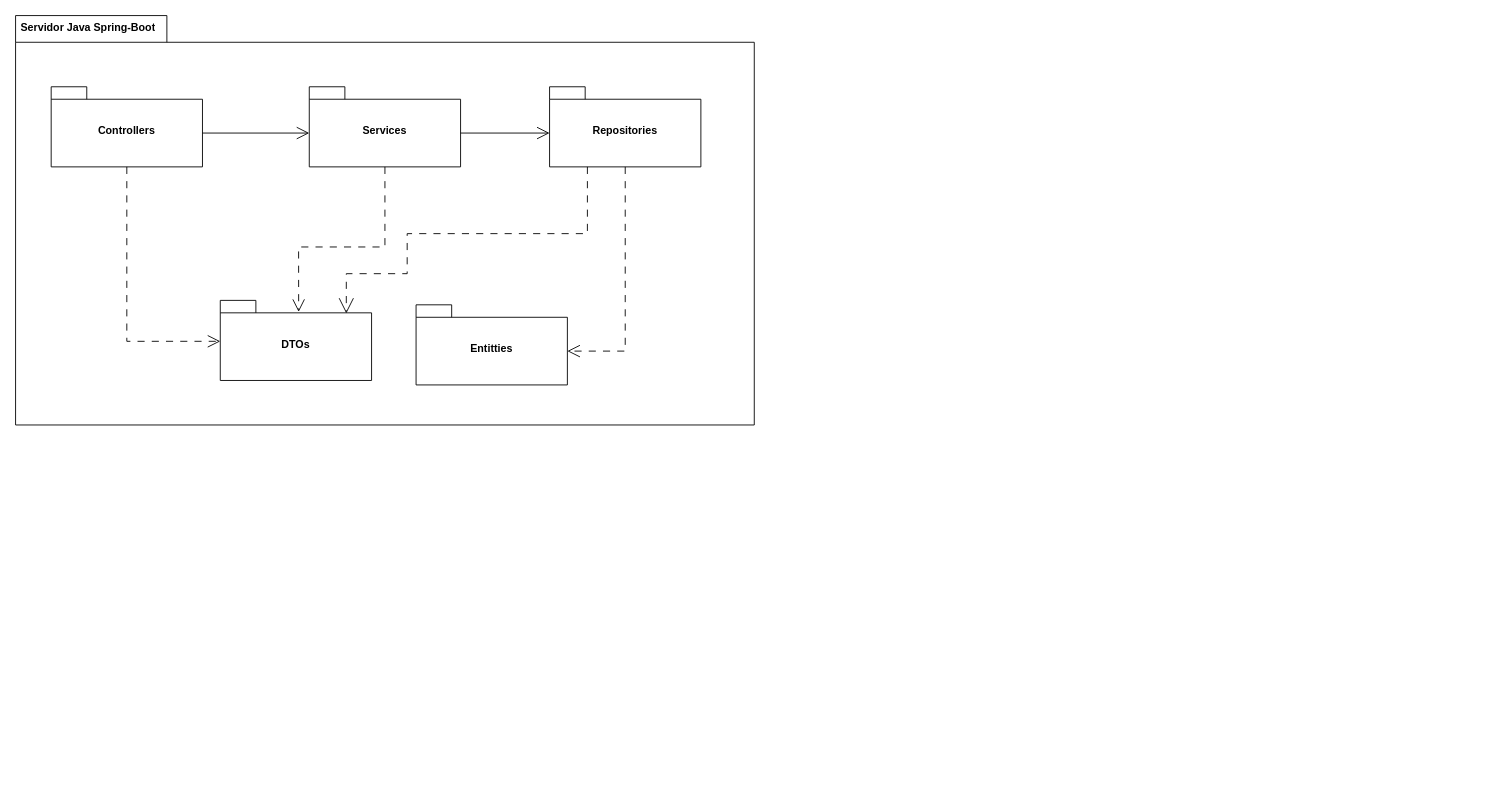
Jajr16/DocumentacionTT keeps this draw.io diagram as Clases/Diagrama componentes.drawio. Above is the earlier version. Source tidied: cells renumbered, new cells numbered last; positions are measured from the earlier drawing's top-left corner, leaving out a move shared by most shapes. Both pictures are drawn from the tidied source at 89%, with x=0, y=0 at pixel (15, 15).
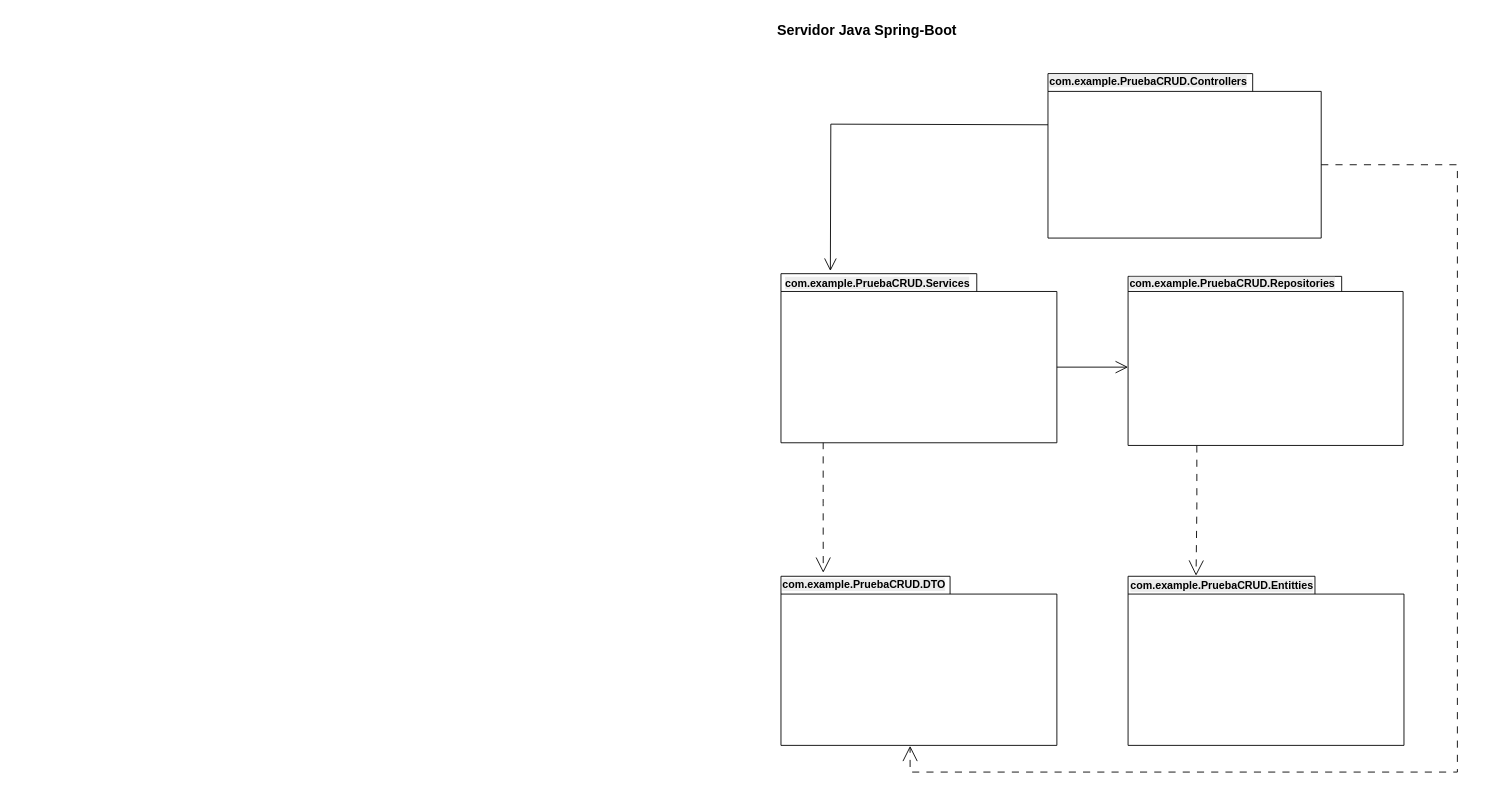
The same page after the edit.

Diff of the diagram source:
```diff
@@
-    <mxCell id="2" style="group;" parent="1" vertex="1">
-      <mxGeometry width="830" height="740" as="geometry" />
-    </mxCell>
-    <mxCell id="3" style="shape=folder;fontStyle=1;tabWidth=170;tabHeight=30;tabPosition=left;html=1;boundedLbl=1;whiteSpace=wrap;" parent="2" vertex="1">
-      <mxGeometry width="830" height="460" as="geometry" />
-    </mxCell>
-    <mxCell id="4" value="&lt;span style=&quot;font-weight: 700; text-align: center;&quot;&gt;Servidor Java Spring-Boot&lt;/span&gt;" style="text;strokeColor=none;fillColor=none;spacingLeft=4;spacingRight=4;overflow=hidden;fontSize=12;whiteSpace=wrap;html=1;" parent="2" vertex="1">
-      <mxGeometry width="201.6" height="35.2" as="geometry" />
+    <mxCell id="4" value="&lt;span style=&quot;font-weight: 700; text-align: center;&quot;&gt;Servidor Java Spring-Boot&lt;/span&gt;" style="text;strokeColor=none;fillColor=none;spacingLeft=4;spacingRight=4;overflow=hidden;fontSize=16;whiteSpace=wrap;html=1;" parent="1" vertex="1">
+      <mxGeometry x="850" width="230" height="35.2" as="geometry" />
     </mxCell>
-    <mxCell id="5" value="Controllers" style="shape=folder;fontStyle=1;spacingTop=10;tabWidth=40;tabHeight=14;tabPosition=left;html=1;whiteSpace=wrap;" parent="2" vertex="1">
-      <mxGeometry x="40" y="80" width="170" height="90" as="geometry" />
-    </mxCell>
-    <mxCell id="6" value="Services" style="shape=folder;fontStyle=1;spacingTop=10;tabWidth=40;tabHeight=14;tabPosition=left;html=1;whiteSpace=wrap;" parent="2" vertex="1">
-      <mxGeometry x="330" y="80" width="170" height="90" as="geometry" />
-    </mxCell>
-    <mxCell id="7" value="Repositories" style="shape=folder;fontStyle=1;spacingTop=10;tabWidth=40;tabHeight=14;tabPosition=left;html=1;whiteSpace=wrap;" parent="2" vertex="1">
-      <mxGeometry x="600" y="80" width="170" height="90" as="geometry" />
-    </mxCell>
-    <mxCell id="8" value="Entitties" style="shape=folder;fontStyle=1;spacingTop=10;tabWidth=40;tabHeight=14;tabPosition=left;html=1;whiteSpace=wrap;" parent="2" vertex="1">
-      <mxGeometry x="450" y="325" width="170" height="90" as="geometry" />
-    </mxCell>
-    <mxCell id="9" value="DTOs" style="shape=folder;fontStyle=1;spacingTop=10;tabWidth=40;tabHeight=14;tabPosition=left;html=1;whiteSpace=wrap;" parent="2" vertex="1">
-      <mxGeometry x="230" y="320" width="170" height="90" as="geometry" />
-    </mxCell>
-    <mxCell id="10" style="endArrow=open;endFill=0;endSize=12;html=1;rounded=0;exitX=0.5;exitY=1;exitDx=0;exitDy=0;exitPerimeter=0;entryX=0;entryY=0.511;entryDx=0;entryDy=0;entryPerimeter=0;dashed=1;dashPattern=8 8;" parent="2" edge="1" source="5" target="9">
-      <mxGeometry relative="1" as="geometry">
-        <Array as="points">
-          <mxPoint x="125" y="366" />
-        </Array>
-      </mxGeometry>
-    </mxCell>
-    <mxCell id="11" style="endArrow=open;endFill=0;endSize=12;html=1;rounded=0;exitX=0.5;exitY=1;exitDx=0;exitDy=0;exitPerimeter=0;entryX=0.518;entryY=0.144;entryDx=0;entryDy=0;entryPerimeter=0;dashed=1;dashPattern=8 8;" parent="2" edge="1" source="6" target="9">
-      <mxGeometry relative="1" as="geometry">
-        <Array as="points">
-          <mxPoint x="415" y="260" />
-          <mxPoint x="318" y="260" />
-        </Array>
-      </mxGeometry>
-    </mxCell>
-    <mxCell id="12" style="endArrow=open;endFill=0;endSize=12;html=1;rounded=0;exitX=0;exitY=0;exitDx=170;exitDy=52;exitPerimeter=0;entryX=0;entryY=0;entryDx=0;entryDy=52;entryPerimeter=0;" parent="2" edge="1" source="5" target="6">
-      <mxGeometry relative="1" as="geometry" />
-    </mxCell>
-    <mxCell id="13" style="endArrow=open;endFill=0;endSize=12;html=1;rounded=0;entryX=0;entryY=0;entryDx=0;entryDy=52;entryPerimeter=0;" parent="2" edge="1" target="7">
-      <mxGeometry relative="1" as="geometry">
-        <mxPoint x="500" y="132" as="sourcePoint" />
-      </mxGeometry>
-    </mxCell>
-    <mxCell id="14" style="endArrow=open;endFill=0;endSize=12;html=1;rounded=0;entryX=0;entryY=0;entryDx=170;entryDy=52;entryPerimeter=0;exitX=0.5;exitY=1;exitDx=0;exitDy=0;exitPerimeter=0;dashed=1;dashPattern=8 8;" parent="2" edge="1" source="7" target="8">
-      <mxGeometry relative="1" as="geometry">
-        <Array as="points">
-          <mxPoint x="685" y="377" />
-        </Array>
-      </mxGeometry>
-    </mxCell>
-    <mxCell id="15" style="edgeStyle=orthogonalEdgeStyle;rounded=0;jettySize=auto;html=1;exitX=0.25;exitY=1;exitDx=0;exitDy=0;exitPerimeter=0;entryX=0.833;entryY=0.163;entryDx=0;entryDy=0;entryPerimeter=0;endArrow=open;endFill=0;endSize=15;dashed=1;dashPattern=8 8;" parent="2" edge="1" source="7" target="9">
-      <mxGeometry relative="1" as="geometry">
-        <Array as="points">
-          <mxPoint x="643" y="245" />
-          <mxPoint x="440" y="245" />
-          <mxPoint x="440" y="290" />
-          <mxPoint x="372" y="290" />
-        </Array>
-      </mxGeometry>
-    </mxCell>
+    <mxCell id="16" style="edgeStyle=orthogonalEdgeStyle;rounded=0;jettySize=auto;html=1;exitX=0.153;exitY=0.996;exitDx=0;exitDy=0;exitPerimeter=0;entryX=0.25;entryY=0;entryDx=0;entryDy=0;endArrow=open;endFill=0;endSize=15;dashed=1;dashPattern=8 8;" parent="1" edge="1" source="18" target="31">
+      <mxGeometry relative="1" as="geometry" />
+    </mxCell>
+    <mxCell id="17" style="group;" parent="1" vertex="1">
+      <mxGeometry x="860" y="287" width="351" height="193" as="geometry" />
+    </mxCell>
+    <mxCell id="18" style="shape=folder;fontStyle=1;spacingTop=10;tabWidth=220;tabHeight=20;tabPosition=left;html=1;whiteSpace=wrap;" parent="17" vertex="1">
+      <mxGeometry y="3" width="310" height="190" as="geometry" />
+    </mxCell>
+    <mxCell id="19" value="&lt;span style=&quot;color: rgb(0, 0, 0); font-family: Helvetica; font-size: 12px; font-style: normal; font-variant-ligatures: normal; font-variant-caps: normal; font-weight: 700; letter-spacing: normal; orphans: 2; text-align: center; text-indent: 0px; text-transform: none; widows: 2; word-spacing: 0px; -webkit-text-stroke-width: 0px; white-space: normal; background-color: rgb(236, 236, 236); text-decoration-thickness: initial; text-decoration-style: initial; text-decoration-color: initial; display: inline !important; float: none;&quot;&gt;com.example.PruebaCRUD.Services&lt;/span&gt;" style="text;whiteSpace=wrap;html=1;" parent="17" vertex="1">
+      <mxGeometry x="3" width="210" height="30" as="geometry" />
+    </mxCell>
+    <mxCell id="20" style="group;" parent="1" vertex="1">
+      <mxGeometry x="1160" y="60" width="307" height="190" as="geometry" />
+    </mxCell>
+    <mxCell id="21" style="shape=folder;fontStyle=1;spacingTop=10;tabWidth=230;tabHeight=20;tabPosition=left;html=1;whiteSpace=wrap;" parent="20" vertex="1">
+      <mxGeometry y="5.2" width="307" height="184.8" as="geometry" />
+    </mxCell>
+    <mxCell id="22" value="&lt;span style=&quot;color: rgb(0, 0, 0); font-family: Helvetica; font-style: normal; font-variant-ligatures: normal; font-variant-caps: normal; font-weight: 700; letter-spacing: normal; orphans: 2; text-align: center; text-indent: 0px; text-transform: none; widows: 2; word-spacing: 0px; -webkit-text-stroke-width: 0px; white-space: normal; background-color: rgb(236, 236, 236); text-decoration-thickness: initial; text-decoration-style: initial; text-decoration-color: initial; float: none; display: inline !important;&quot;&gt;com.example.PruebaCRUD.Controllers&lt;/span&gt;" style="text;whiteSpace=wrap;html=1;fontSize=12;" parent="20" vertex="1">
+      <mxGeometry width="141.1" height="21.7" as="geometry" />
+    </mxCell>
+    <mxCell id="23" style="endArrow=open;endFill=0;endSize=12;html=1;rounded=0;exitX=0;exitY=0;exitDx=0;exitDy=57.5;exitPerimeter=0;entryX=0.25;entryY=0;entryDx=0;entryDy=0;" parent="1" edge="1" source="21" target="19">
+      <mxGeometry relative="1" as="geometry">
+        <Array as="points">
+          <mxPoint x="916" y="122" />
+        </Array>
+      </mxGeometry>
+    </mxCell>
+    <mxCell id="24" style="endArrow=open;endFill=0;endSize=12;html=1;rounded=0;entryX=0;entryY=0;entryDx=0;entryDy=102;entryPerimeter=0;exitX=0;exitY=0;exitDx=310;exitDy=105;exitPerimeter=0;" parent="1" edge="1" source="18" target="33">
+      <mxGeometry relative="1" as="geometry" />
+    </mxCell>
+    <mxCell id="25" style="edgeStyle=orthogonalEdgeStyle;rounded=0;jettySize=auto;html=1;exitX=0.25;exitY=1;exitDx=0;exitDy=0;exitPerimeter=0;entryX=0.359;entryY=0.116;entryDx=0;entryDy=0;endArrow=open;endFill=0;endSize=15;dashed=1;dashPattern=8 8;entryPerimeter=0;" parent="1" edge="1" source="33" target="28">
+      <mxGeometry relative="1" as="geometry" />
+    </mxCell>
+    <mxCell id="26" style="group;" parent="1" vertex="1">
+      <mxGeometry x="1250" y="627" width="310" height="193" as="geometry" />
+    </mxCell>
+    <mxCell id="27" style="shape=folder;fontStyle=1;spacingTop=10;tabWidth=210;tabHeight=20;tabPosition=left;html=1;whiteSpace=wrap;" parent="26" vertex="1">
+      <mxGeometry y="3" width="310" height="190" as="geometry" />
+    </mxCell>
+    <mxCell id="28" value="&lt;span style=&quot;color: rgb(0, 0, 0); font-family: Helvetica; font-size: 12px; font-style: normal; font-variant-ligatures: normal; font-variant-caps: normal; font-weight: 700; letter-spacing: normal; orphans: 2; text-align: center; text-indent: 0px; text-transform: none; widows: 2; word-spacing: 0px; -webkit-text-stroke-width: 0px; white-space: normal; background-color: rgb(236, 236, 236); text-decoration-thickness: initial; text-decoration-style: initial; text-decoration-color: initial; display: inline !important; float: none;&quot;&gt;com.example.PruebaCRUD.Entitties&lt;/span&gt;" style="text;whiteSpace=wrap;html=1;" parent="26" vertex="1">
+      <mxGeometry x="1" width="210" height="20" as="geometry" />
+    </mxCell>
+    <mxCell id="29" style="group;" parent="1" vertex="1">
+      <mxGeometry x="860" y="626" width="310" height="194" as="geometry" />
+    </mxCell>
+    <mxCell id="30" style="shape=folder;fontStyle=1;spacingTop=10;tabWidth=190;tabHeight=20;tabPosition=left;html=1;whiteSpace=wrap;" parent="29" vertex="1">
+      <mxGeometry y="4" width="310" height="190" as="geometry" />
+    </mxCell>
+    <mxCell id="31" value="&lt;span style=&quot;color: rgb(0, 0, 0); font-family: Helvetica; font-size: 12px; font-style: normal; font-variant-ligatures: normal; font-variant-caps: normal; font-weight: 700; letter-spacing: normal; orphans: 2; text-align: center; text-indent: 0px; text-transform: none; widows: 2; word-spacing: 0px; -webkit-text-stroke-width: 0px; white-space: normal; background-color: rgb(236, 236, 236); text-decoration-thickness: initial; text-decoration-style: initial; text-decoration-color: initial; display: inline !important; float: none;&quot;&gt;com.example.PruebaCRUD.DTO&lt;/span&gt;" style="text;whiteSpace=wrap;html=1;" parent="29" vertex="1">
+      <mxGeometry width="190" height="20" as="geometry" />
+    </mxCell>
+    <mxCell id="32" style="group;" parent="1" vertex="1">
+      <mxGeometry x="1250" y="287" width="309" height="196" as="geometry" />
+    </mxCell>
+    <mxCell id="33" style="shape=folder;fontStyle=1;spacingTop=10;tabWidth=240;tabHeight=17;tabPosition=left;html=1;whiteSpace=wrap;" parent="32" vertex="1">
+      <mxGeometry y="6" width="309" height="190" as="geometry" />
+    </mxCell>
+    <mxCell id="34" value="&lt;span style=&quot;color: rgb(0, 0, 0); font-family: Helvetica; font-size: 12px; font-style: normal; font-variant-ligatures: normal; font-variant-caps: normal; font-weight: 700; letter-spacing: normal; orphans: 2; text-align: center; text-indent: 0px; text-transform: none; widows: 2; word-spacing: 0px; -webkit-text-stroke-width: 0px; white-space: normal; background-color: rgb(236, 236, 236); text-decoration-thickness: initial; text-decoration-style: initial; text-decoration-color: initial; display: inline !important; float: none;&quot;&gt;com.example.PruebaCRUD.Repositories&lt;/span&gt;" style="text;whiteSpace=wrap;html=1;" parent="32" vertex="1">
+      <mxGeometry width="260" height="20" as="geometry" />
+    </mxCell>
+    <mxCell id="35" style="edgeStyle=orthogonalEdgeStyle;rounded=0;jettySize=auto;html=1;exitX=0;exitY=0;exitDx=307;exitDy=102.41245136186771;exitPerimeter=0;entryX=0.468;entryY=1.003;entryDx=0;entryDy=0;endArrow=open;endFill=0;endSize=15;dashed=1;dashPattern=8 8;entryPerimeter=0;" parent="1" edge="1" source="21" target="30">
+      <mxGeometry relative="1" as="geometry">
+        <Array as="points">
+          <mxPoint x="1620" y="168" />
+          <mxPoint x="1620" y="850" />
+          <mxPoint x="1005" y="850" />
+        </Array>
+      </mxGeometry>
+    </mxCell>
```
